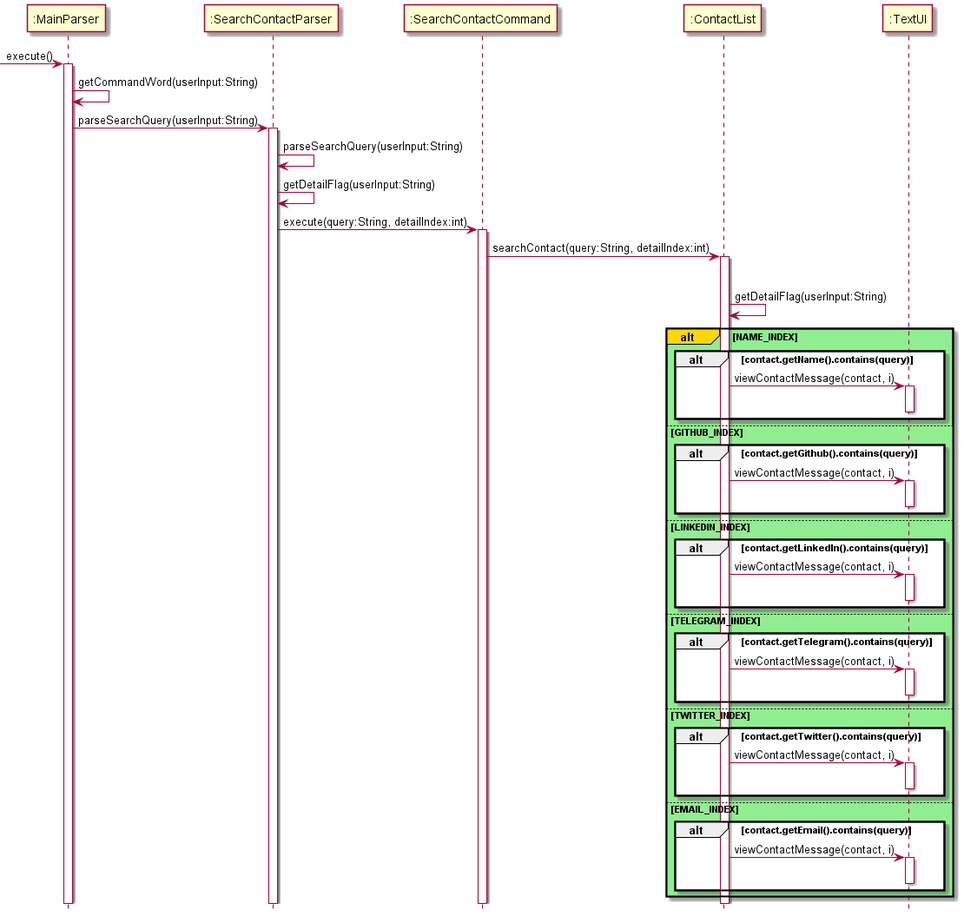
Before: docs/images/SearchContactCommandSequenceDiagram.png, a diagram exported from PlantUML (nus-cs2113-AY2122S1/tp). Source of this version:
```plantuml
@startuml
hide footbox

-> ":MainParser": execute()
activate ":MainParser"

":MainParser" -> ":MainParser" :getCommandWord(userInput:String)
":MainParser" -> ":SearchContactParser" :parseSearchQuery(userInput:String)
activate ":SearchContactParser"

":SearchContactParser" -> ":SearchContactParser" :parseSearchQuery(userInput:String)
":SearchContactParser" -> ":SearchContactParser" :getDetailFlag(userInput:String)


":SearchContactParser" -> ":SearchContactCommand" : execute(query:String, detailIndex:int)
activate ":SearchContactCommand"

":SearchContactCommand" -> ":ContactList" : searchContact(query:String, detailIndex:int)
activate ":ContactList"

loop for all contacts
":ContactList" -> ":ContactList" :getDetailFlag(userInput:String)
alt#gold #lightgreen NAME_INDEX
    alt contact.getName().contains(query)
    ":ContactList" -> ":TextUI" : viewContactMessage(contact, i)
    activate ":TextUI"
    deactivate ":TextUI"
    end

    else GITHUB_INDEX
    alt contact.getGithub().contains(query)
    ":ContactList" -> ":TextUI" : viewContactMessage(contact, i)
    activate ":TextUI"
    deactivate ":TextUI"
    end

    else LINKEDIN_INDEX
    alt contact.getLinkedIn().contains(query)
    ":ContactList" -> ":TextUI" : viewContactMessage(contact, i)
    activate ":TextUI"
    deactivate ":TextUI"
    end

    else TELEGRAM_INDEX
    alt contact.getTelegram().contains(query)
    ":ContactList" -> ":TextUI" : viewContactMessage(contact, i)
    activate ":TextUI"
    deactivate ":TextUI"
    end
    else TWITTER_INDEX
    alt contact.getTwitter().contains(query)
    ":ContactList" -> ":TextUI" : viewContactMessage(contact, i)
    activate ":TextUI"
    deactivate ":TextUI"
    end
    else EMAIL_INDEX
    alt contact.getEmail().contains(query)
    ":ContactList" -> ":TextUI" : viewContactMessage(contact, i)
    activate ":TextUI"
    deactivate ":TextUI"
    end end
end
@enduml
```
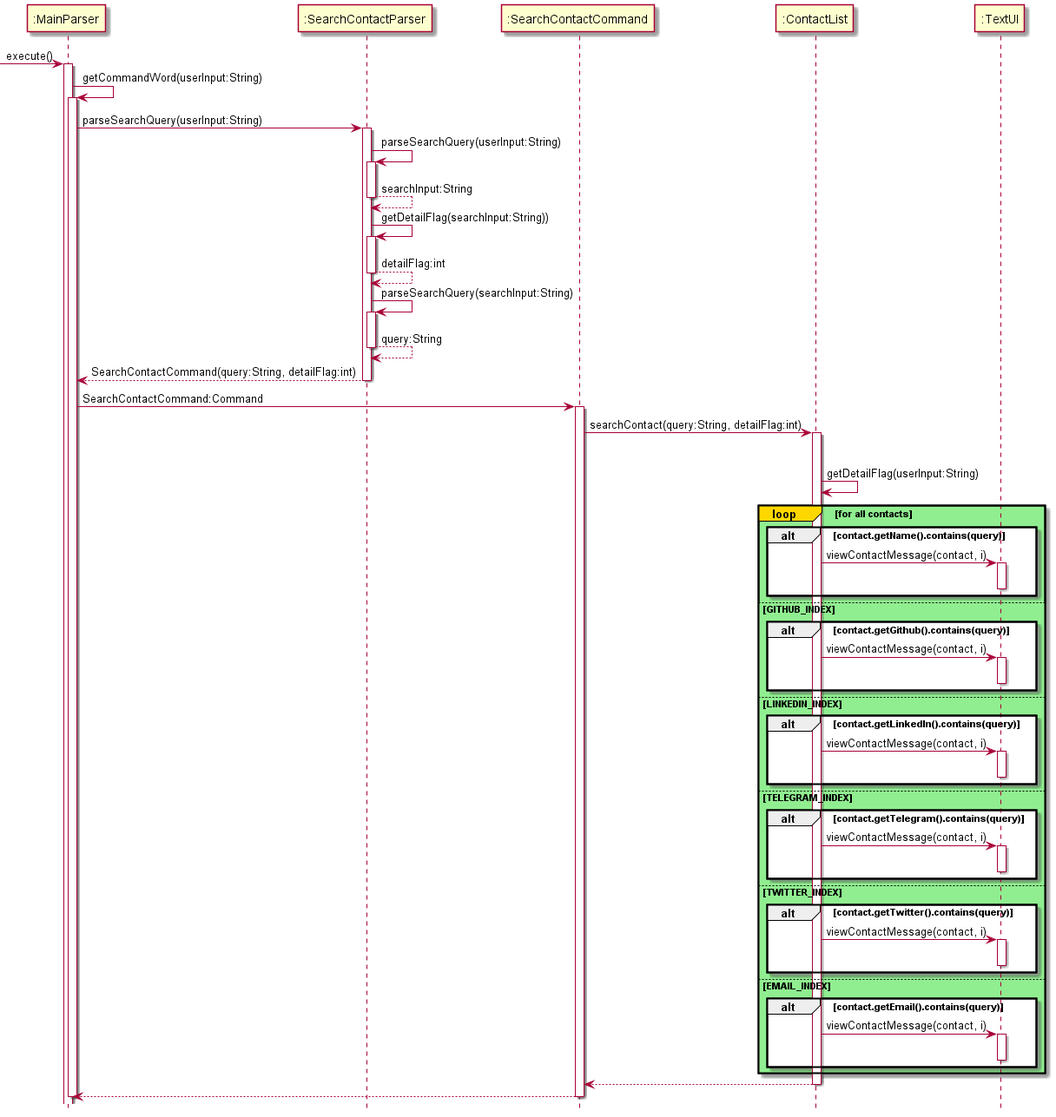
After the commit.

Commit message:
Export new sequence diagrams

The edit, as a diff of the source:
```diff
@@ -5,22 +5,38 @@
 activate ":MainParser"
 
 ":MainParser" -> ":MainParser" :getCommandWord(userInput:String)
+activate ":MainParser"
 ":MainParser" -> ":SearchContactParser" :parseSearchQuery(userInput:String)
 activate ":SearchContactParser"
 
 ":SearchContactParser" -> ":SearchContactParser" :parseSearchQuery(userInput:String)
-":SearchContactParser" -> ":SearchContactParser" :getDetailFlag(userInput:String)
+activate ":SearchContactParser"
+":SearchContactParser" --> ":SearchContactParser" :searchInput:String
+deactivate ":SearchContactParser"
+
+":SearchContactParser" -> ":SearchContactParser" :getDetailFlag(searchInput:String))
+activate ":SearchContactParser"
+":SearchContactParser" --> ":SearchContactParser" :detailFlag:int
+deactivate ":SearchContactParser"
+
+":SearchContactParser" -> ":SearchContactParser" :parseSearchQuery(searchInput:String)
+activate ":SearchContactParser"
+":SearchContactParser" --> ":SearchContactParser" :query:String
+deactivate ":SearchContactParser"
 
 
-":SearchContactParser" -> ":SearchContactCommand" : execute(query:String, detailIndex:int)
+":SearchContactParser" --> ":MainParser" : SearchContactCommand(query:String, detailFlag:int)
+deactivate ":SearchContactParser"
+
+":MainParser" -> ":SearchContactCommand" : SearchContactCommand:Command
 activate ":SearchContactCommand"
 
-":SearchContactCommand" -> ":ContactList" : searchContact(query:String, detailIndex:int)
+":SearchContactCommand" -> ":ContactList" : searchContact(query:String, detailFlag:int)
 activate ":ContactList"
 
 loop for all contacts
 ":ContactList" -> ":ContactList" :getDetailFlag(userInput:String)
-alt#gold #lightgreen NAME_INDEX
+loop#gold #lightgreen for all contacts
     alt contact.getName().contains(query)
     ":ContactList" -> ":TextUI" : viewContactMessage(contact, i)
     activate ":TextUI"
@@ -60,4 +76,13 @@
     deactivate ":TextUI"
     end end
 end
+
+":ContactList"-->":SearchContactCommand"
+deactivate ":ContactList"
+
+":SearchContactCommand"-->":MainParser"
+deactivate ":SearchContactCommand"
+deactivate ":MainParser"
+
+
 @enduml
```
